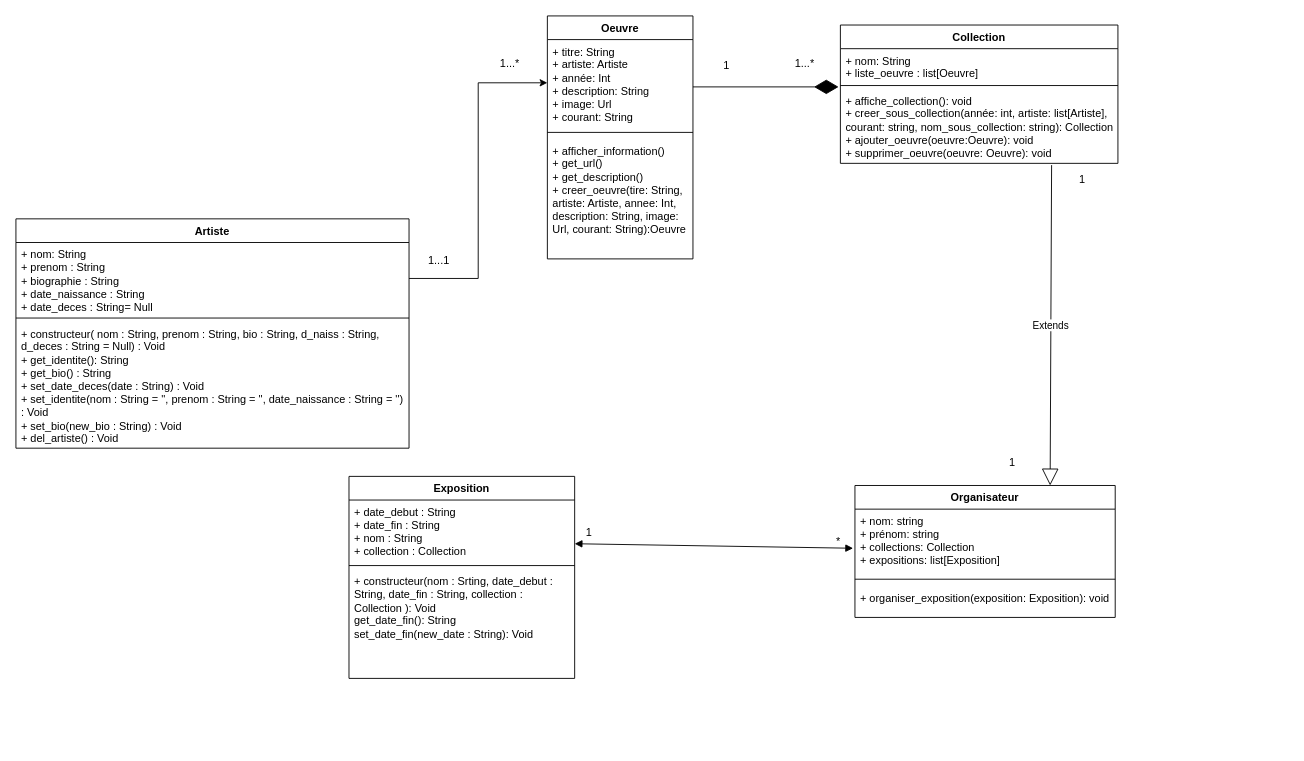
The draw.io diagram artefile_uml.drawio in akbarNz/projet_dev_ba2, before the edit. Source tidied: cells renumbered, new cells numbered last; positions are measured from the earlier drawing's top-left corner, leaving out a move shared by most shapes. Both pictures are drawn from the tidied source at 91%, with x=0, y=0 at pixel (15, 15).
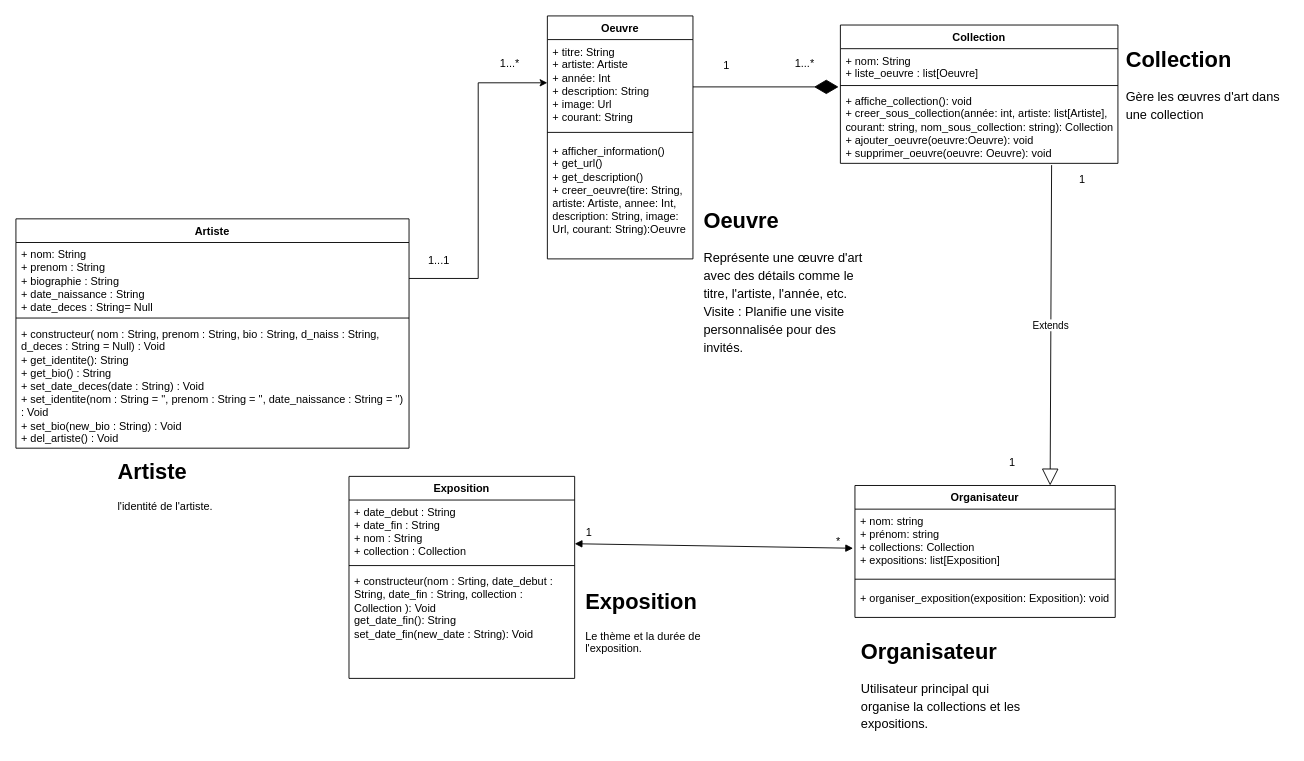
The same diagram, later.

The edit, as a diff of the source:
```diff
@@
+    <mxCell id="34" value="&lt;h1 style=&quot;margin-top: 0px;&quot;&gt;Collection&lt;br&gt;&lt;/h1&gt;&lt;p&gt;&lt;span class=&quot;TextRun SCXW251232665 BCX2&quot; lang=&quot;FR-FR&quot; style=&quot;font-size: 10.5pt; font-style: normal; font-variant: normal; text-transform: none; line-height: 19.7625px; font-family: &amp;quot;Source Code Pro&amp;quot;, &amp;quot;Source Code Pro_EmbeddedFont&amp;quot;, &amp;quot;Source Code Pro_MSFontService&amp;quot;, sans-serif; font-weight: normal;&quot;&gt;&lt;span class=&quot;NormalTextRun SCXW251232665 BCX2&quot;&gt;Gère les œuvres d'art dans une collection&lt;/span&gt;&lt;/span&gt;&lt;/p&gt;" style="text;html=1;whiteSpace=wrap;overflow=hidden;rounded=0;" parent="1" vertex="1">
+      <mxGeometry x="1218" y="28" width="180" height="120" as="geometry" />
+    </mxCell>
+    <mxCell id="35" value="&lt;h1 style=&quot;margin-top: 0px;&quot;&gt;Oeuvre&lt;/h1&gt;&lt;p&gt;&lt;span class=&quot;TextRun SCXW255212346 BCX2&quot; lang=&quot;FR-FR&quot; style=&quot;font-size: 10.5pt; font-style: normal; font-variant: normal; text-transform: none; line-height: 19.7625px; font-family: &amp;quot;Source Code Pro&amp;quot;, &amp;quot;Source Code Pro_EmbeddedFont&amp;quot;, &amp;quot;Source Code Pro_MSFontService&amp;quot;, sans-serif; font-weight: normal;&quot;&gt;&lt;span class=&quot;NormalTextRun SCXW255212346 BCX2&quot;&gt;Représente une œuvre d'art avec des détails comme le titre, l'artiste, l'année, etc. Visite : Planifie une visite personnalisée pour des invités.&lt;/span&gt;&lt;/span&gt;&lt;/p&gt;" style="text;html=1;whiteSpace=wrap;overflow=hidden;rounded=0;" parent="1" vertex="1">
+      <mxGeometry x="754" y="205" width="180" height="176" as="geometry" />
+    </mxCell>
+    <mxCell id="36" value="&lt;h1 style=&quot;margin-top: 0px;&quot;&gt;Organisateur&lt;/h1&gt;&lt;p&gt;&lt;span class=&quot;TextRun SCXW255212346 BCX2&quot; lang=&quot;FR-FR&quot; style=&quot;font-size: 10.5pt; font-style: normal; font-variant: normal; text-transform: none; line-height: 19.7625px; font-family: &amp;quot;Source Code Pro&amp;quot;, &amp;quot;Source Code Pro_EmbeddedFont&amp;quot;, &amp;quot;Source Code Pro_MSFontService&amp;quot;, sans-serif; font-weight: normal;&quot;&gt;&lt;span class=&quot;NormalTextRun SCXW255212346 BCX2&quot;&gt;Utilisateur principal qui organise la collections et les expositions.&lt;/span&gt;&lt;/span&gt;&lt;/p&gt;" style="text;html=1;whiteSpace=wrap;overflow=hidden;rounded=0;" parent="1" vertex="1">
+      <mxGeometry x="927" y="678" width="180" height="120" as="geometry" />
+    </mxCell>
+    <mxCell id="37" value="&lt;h1 style=&quot;margin-top: 0px;&quot;&gt;Exposition&lt;br&gt;&lt;/h1&gt;&lt;p&gt;Le thème et la durée de l'exposition.&lt;br&gt;&lt;/p&gt;" style="text;html=1;whiteSpace=wrap;overflow=hidden;rounded=0;" parent="1" vertex="1">
+      <mxGeometry x="624" y="623" width="180" height="120" as="geometry" />
+    </mxCell>
+    <mxCell id="38" value="&lt;h1 style=&quot;margin-top: 0px;&quot;&gt;Artiste&lt;/h1&gt;&lt;p&gt;l'identité de l'artiste.&lt;br&gt;&lt;/p&gt;" style="text;html=1;whiteSpace=wrap;overflow=hidden;rounded=0;" parent="1" vertex="1">
+      <mxGeometry x="110" y="480" width="180" height="120" as="geometry" />
+    </mxCell>
```
